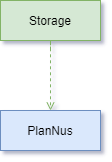
The draw.io diagram docs/images/DeveloperGuide/Storage_architecture.png in vanessa-kang/tp, before a commit. Source tidied: cells renumbered, new cells last; positions are measured from the earlier drawing's top-left corner, leaving out a move shared by most shapes. Source of this version:
```xml
<mxGraphModel shadow="1">
  <root>
    <mxCell id="0" />
    <mxCell id="1" parent="0" />
    <mxCell id="2" value="Storage" style="shape=umlLifeline;perimeter=lifelinePerimeter;rounded=0;shadow=0;strokeWidth=1;fillColor=#d5e8d4;strokeColor=#82b366;size=40;" parent="1" vertex="1">
      <mxGeometry width="100" height="50" as="geometry" />
    </mxCell>
    <mxCell id="3" style="endArrow=open;html=1;exitX=0.5;exitY=0.836;exitDx=0;exitDy=0;exitPerimeter=0;fillColor=#d5e8d4;strokeColor=#82b366;endFill=0;dashed=1;" parent="1" edge="1" source="2">
      <mxGeometry relative="1" as="geometry">
        <mxPoint x="50" y="110" as="targetPoint" />
      </mxGeometry>
    </mxCell>
    <mxCell id="4" value="PlanNus" style="shape=umlLifeline;perimeter=lifelinePerimeter;rounded=0;shadow=0;strokeWidth=1;fillColor=#dae8fc;strokeColor=#6c8ebf;size=40;" parent="1" vertex="1">
      <mxGeometry y="110" width="100" height="40" as="geometry" />
    </mxCell>
  </root>
</mxGraphModel>
```
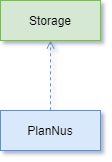
After the change.

Diff of the diagram source:
```diff
@@ -3,12 +3,10 @@
     <mxCell id="0" />
     <mxCell id="1" parent="0" />
     <mxCell id="2" value="Storage" style="shape=umlLifeline;perimeter=lifelinePerimeter;rounded=0;shadow=0;strokeWidth=1;fillColor=#d5e8d4;strokeColor=#82b366;size=40;" parent="1" vertex="1">
-      <mxGeometry width="100" height="50" as="geometry" />
+      <mxGeometry width="100" height="40" as="geometry" />
     </mxCell>
-    <mxCell id="3" style="endArrow=open;html=1;exitX=0.5;exitY=0.836;exitDx=0;exitDy=0;exitPerimeter=0;fillColor=#d5e8d4;strokeColor=#82b366;endFill=0;dashed=1;" parent="1" edge="1" source="2">
-      <mxGeometry relative="1" as="geometry">
-        <mxPoint x="50" y="110" as="targetPoint" />
-      </mxGeometry>
+    <mxCell id="3" style="endArrow=open;html=1;fillColor=#dae8fc;strokeColor=#6c8ebf;endFill=0;dashed=1;entryX=0.5;entryY=1;entryDx=0;entryDy=0;entryPerimeter=0;exitX=0.5;exitY=-0.005;exitDx=0;exitDy=0;exitPerimeter=0;" parent="1" edge="1" source="4" target="2">
+      <mxGeometry relative="1" as="geometry" />
     </mxCell>
     <mxCell id="4" value="PlanNus" style="shape=umlLifeline;perimeter=lifelinePerimeter;rounded=0;shadow=0;strokeWidth=1;fillColor=#dae8fc;strokeColor=#6c8ebf;size=40;" parent="1" vertex="1">
       <mxGeometry y="110" width="100" height="40" as="geometry" />
```
